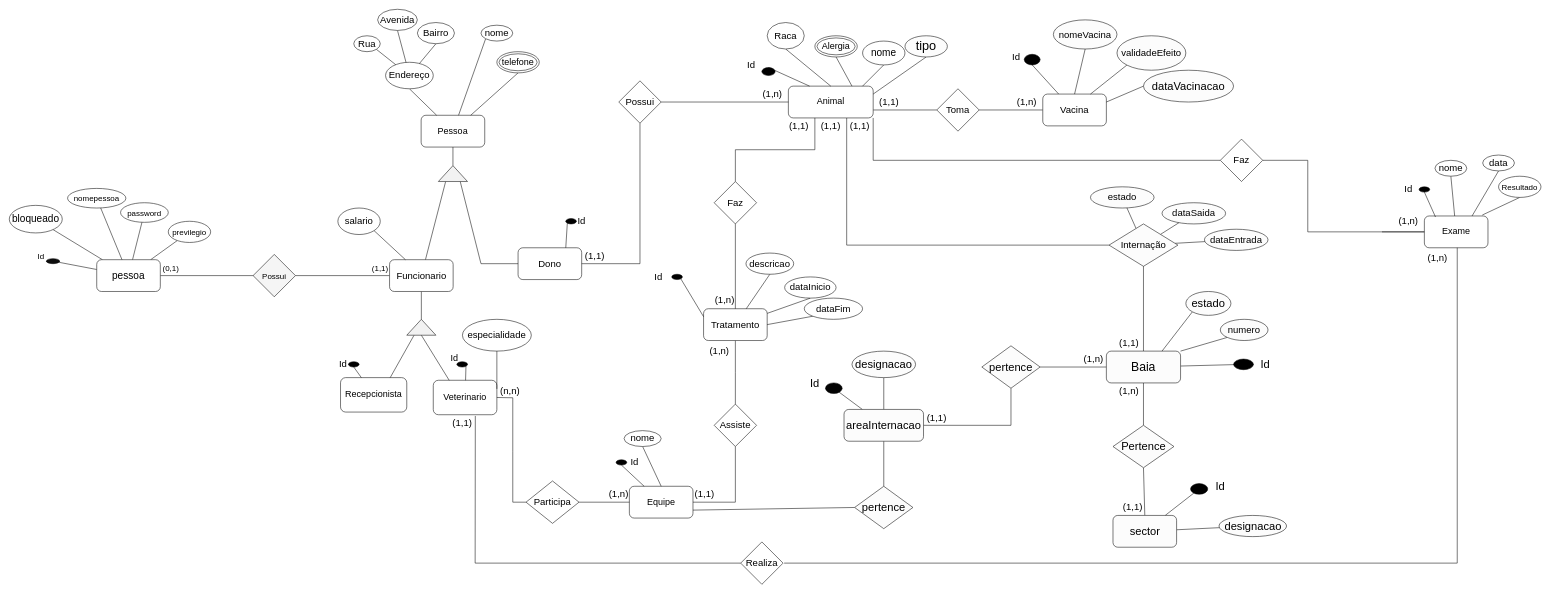
Earlier version of the draw.io diagram page "MER" (1 of 8) of modelagem_banco-de-dados/ClinicaVeterianaria.drawio (JeanJacquesNS/clinica-veterinaria). Source tidied: cells renumbered, new cells numbered last; positions are measured from the earlier drawing's top-left corner, leaving out a move shared by most shapes. Both pictures are drawn from the tidied source at 53%, with x=0, y=0 at pixel (9, 9).
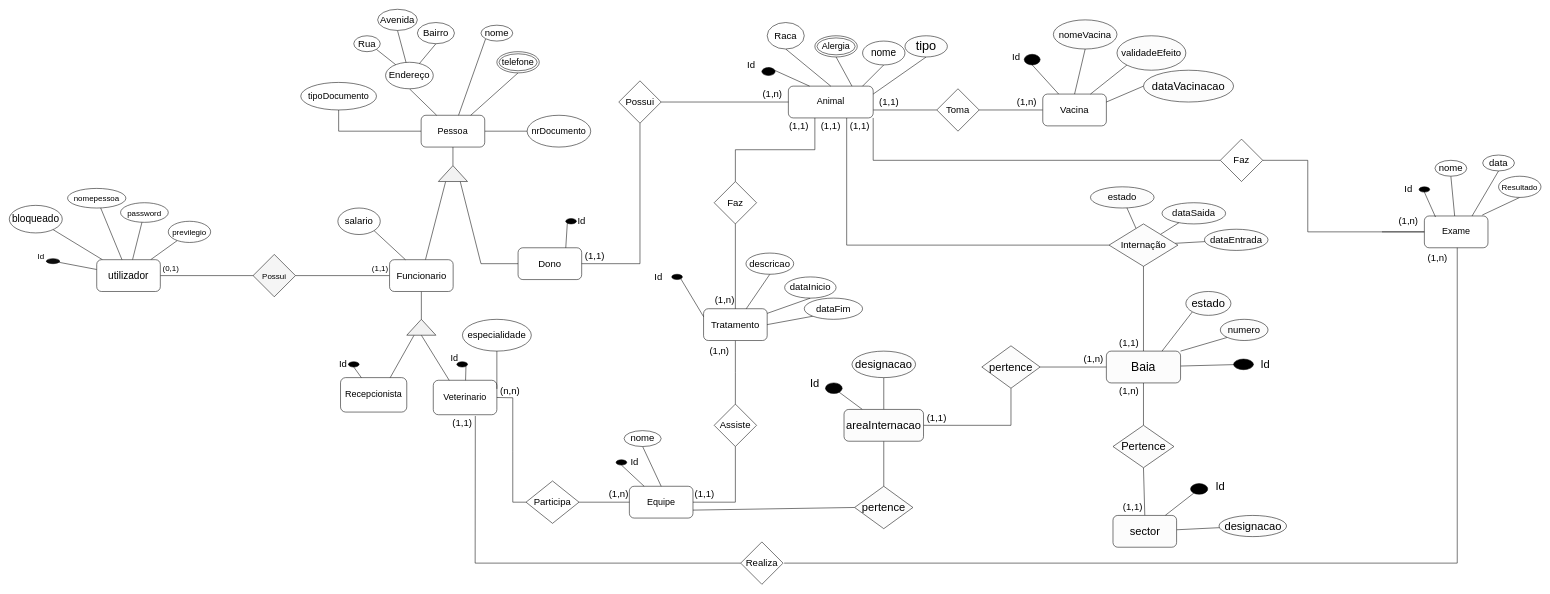
The same page after the edit.

Unchanged cells that the change refers to:
```xml
<mxCell id="3" value="Pessoa" style="rounded=1;whiteSpace=wrap;html=1;fontSize=17;" parent="1" vertex="1">
  <mxGeometry x="777.1" y="200" width="120" height="60" as="geometry" />
</mxCell>
```

Diff of the diagram source:
```diff
@@
+    <mxCell id="187" style="edgeStyle=orthogonalEdgeStyle;rounded=0;jettySize=auto;html=1;endArrow=none;endFill=0;" parent="1" edge="1" source="3" target="189">
+      <mxGeometry relative="1" as="geometry" />
+    </mxCell>
+    <mxCell id="188" style="edgeStyle=orthogonalEdgeStyle;rounded=0;jettySize=auto;html=1;endArrow=none;endFill=0;" parent="1" edge="1" source="3" target="190">
+      <mxGeometry relative="1" as="geometry" />
+    </mxCell>
@@
-    <mxCell id="176" value="pessoa" style="rounded=1;whiteSpace=wrap;html=1;fontSize=19;" parent="1" vertex="1">
+    <mxCell id="176" value="utilizador" style="rounded=1;whiteSpace=wrap;html=1;fontSize=19;" parent="1" vertex="1">
       <mxGeometry x="165" y="472.5" width="120" height="60" as="geometry" />
     </mxCell>
@@
+    <mxCell id="189" value="tipoDocumento" style="ellipse;whiteSpace=wrap;html=1;fontSize=17;rounded=1;" parent="1" vertex="1">
+      <mxGeometry x="550" y="138" width="142.9" height="52" as="geometry" />
+    </mxCell>
+    <mxCell id="190" value="nrDocumento" style="ellipse;whiteSpace=wrap;html=1;fontSize=17;rounded=1;" parent="1" vertex="1">
+      <mxGeometry x="977.1" y="200" width="120" height="60" as="geometry" />
+    </mxCell>
```
